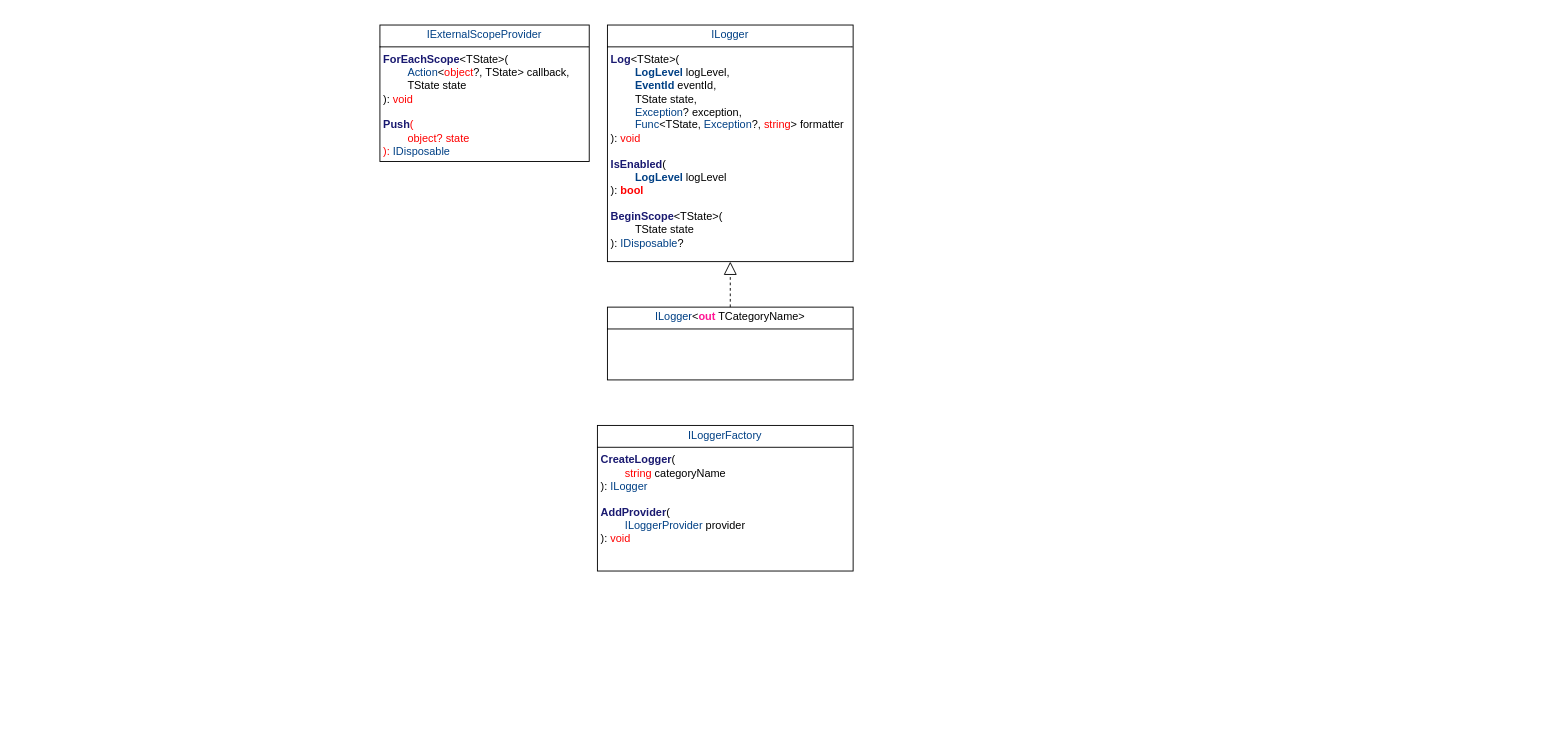
The draw.io diagram Logging/Logging.drawio in KondyubaBA/AspNetCore-doc, before the edit. Source tidied: cells renumbered, new cells numbered last; positions are measured from the earlier drawing's top-left corner, leaving out a move shared by most shapes. Both pictures are drawn from the tidied source at 91%, with x=0, y=0 at pixel (379, 25).
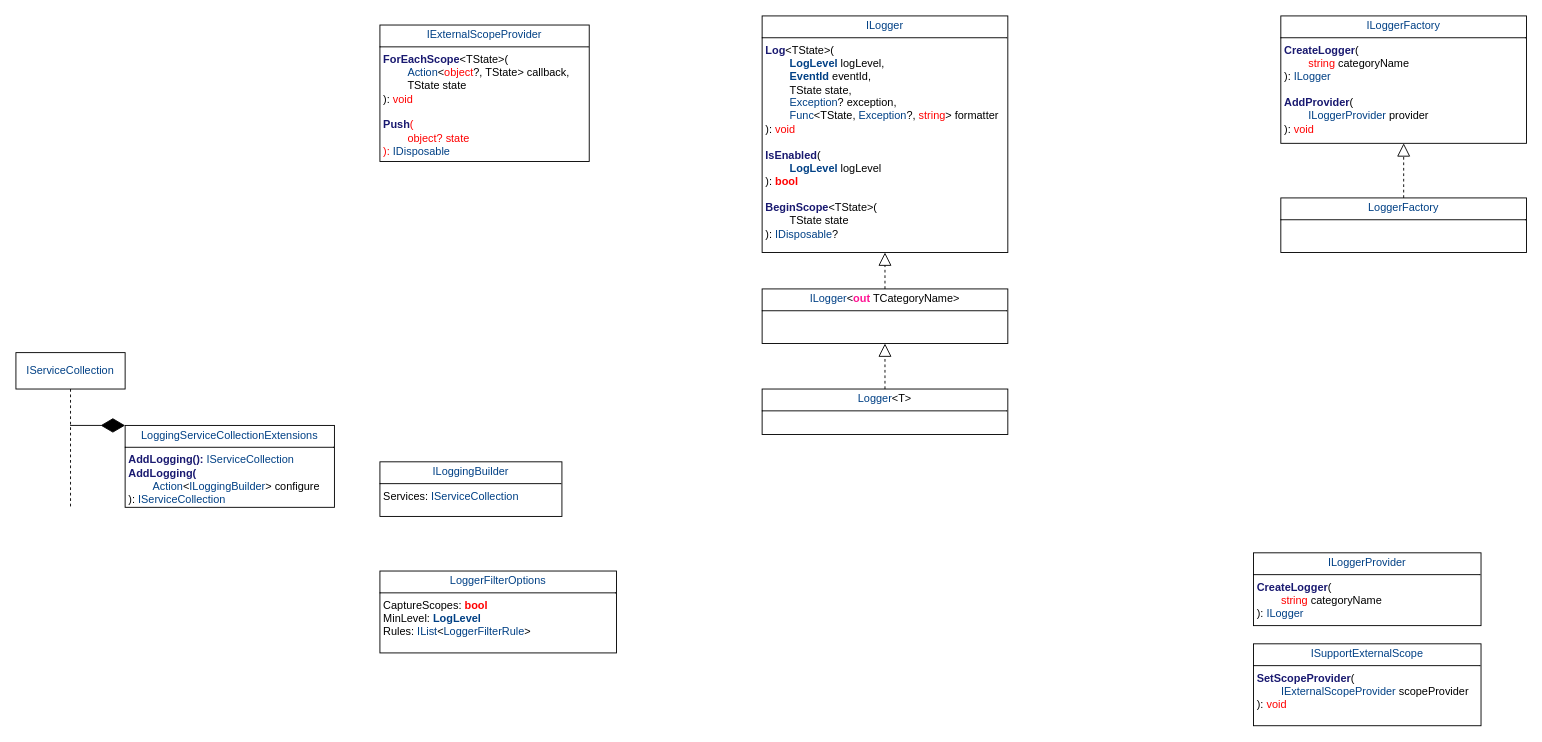
Above is the later version.

The edit, as a diff of the source:
```diff
@@
 <mxGraphModel>
   <root>
     <mxCell id="0" />
     <mxCell id="1" parent="0" />
     <mxCell id="2" value="&lt;p style=&quot;margin:0px;margin-top:4px;text-align:center;&quot;&gt;&lt;span style=&quot;color: rgb(0, 64, 133);&quot;&gt;IExternalScopeProvider&lt;/span&gt;&lt;/p&gt;&lt;hr size=&quot;1&quot; style=&quot;border-style:solid;&quot;&gt;&lt;p style=&quot;margin:0px;margin-left:4px;&quot;&gt;&lt;span style=&quot;color: rgb(25, 25, 112); font-weight: bold;&quot;&gt;ForEachScope&lt;/span&gt;&amp;lt;TState&amp;gt;(&lt;/p&gt;&lt;p style=&quot;margin:0px;margin-left:4px;&quot;&gt;&lt;span style=&quot;color: rgb(0, 64, 133);&quot;&gt;&lt;span style=&quot;white-space: pre;&quot;&gt;&#9;&lt;/span&gt;Action&lt;/span&gt;&amp;lt;&lt;span style=&quot;color: rgb(255, 0, 0);&quot;&gt;object&lt;/span&gt;?, TState&amp;gt; callback,&amp;nbsp;&lt;/p&gt;&lt;p style=&quot;margin:0px;margin-left:4px;&quot;&gt;&lt;span style=&quot;white-space: pre;&quot;&gt;&#9;&lt;/span&gt;TState state&lt;/p&gt;&lt;p style=&quot;margin:0px;margin-left:4px;&quot;&gt;):&amp;nbsp;&lt;span style=&quot;color: rgb(255, 0, 0); background-color: transparent;&quot;&gt;void&lt;/span&gt;&lt;/p&gt;&lt;p style=&quot;margin:0px;margin-left:4px;&quot;&gt;&lt;span style=&quot;color: rgb(255, 0, 0); background-color: transparent;&quot;&gt;&lt;br&gt;&lt;/span&gt;&lt;/p&gt;&lt;p style=&quot;margin:0px;margin-left:4px;&quot;&gt;&lt;span style=&quot;color: rgb(255, 0, 0); background-color: transparent;&quot;&gt;&lt;span style=&quot;color: rgb(25, 25, 112); font-weight: bold;&quot;&gt;Push&lt;/span&gt;(&lt;/span&gt;&lt;/p&gt;&lt;p style=&quot;margin:0px;margin-left:4px;&quot;&gt;&lt;span style=&quot;color: rgb(255, 0, 0); background-color: transparent;&quot;&gt;&lt;span style=&quot;white-space: pre;&quot;&gt;&#9;&lt;/span&gt;object? state&lt;/span&gt;&lt;/p&gt;&lt;p style=&quot;margin:0px;margin-left:4px;&quot;&gt;&lt;span style=&quot;color: rgb(255, 0, 0); background-color: transparent;&quot;&gt;):&amp;nbsp;&lt;/span&gt;&lt;span style=&quot;color: rgb(0, 64, 133); background-color: transparent;&quot;&gt;IDisposable&lt;/span&gt;&lt;/p&gt;" style="verticalAlign=top;align=left;overflow=fill;html=1;whiteSpace=wrap;" parent="1" vertex="1">
       <mxGeometry width="230" height="150" as="geometry" />
     </mxCell>
     <mxCell id="3" value="&lt;p style=&quot;margin:0px;margin-top:4px;text-align:center;&quot;&gt;&lt;span style=&quot;color: rgb(0, 64, 133); background-color: transparent; text-align: left;&quot;&gt;ILogger&lt;/span&gt;&lt;/p&gt;&lt;hr size=&quot;1&quot; style=&quot;border-style:solid;&quot;&gt;&lt;p style=&quot;margin:0px;margin-left:4px;&quot;&gt;&lt;span style=&quot;color: rgb(25, 25, 112); font-weight: bold;&quot;&gt;Log&lt;/span&gt;&amp;lt;TState&amp;gt;(&lt;/p&gt;&lt;p style=&quot;margin:0px;margin-left:4px;&quot;&gt;&lt;span style=&quot;color: rgb(0, 64, 133); font-weight: bold;&quot;&gt;&lt;span style=&quot;white-space: pre;&quot;&gt;&#9;&lt;/span&gt;LogLevel&lt;/span&gt; logLevel,&amp;nbsp;&lt;/p&gt;&lt;p style=&quot;margin:0px;margin-left:4px;&quot;&gt;&lt;span style=&quot;color: rgb(0, 64, 133); font-weight: bold;&quot;&gt;&lt;span style=&quot;white-space: pre;&quot;&gt;&#9;&lt;/span&gt;EventId&lt;/span&gt; eventId,&amp;nbsp;&lt;/p&gt;&lt;p style=&quot;margin:0px;margin-left:4px;&quot;&gt;&lt;span style=&quot;white-space: pre;&quot;&gt;&#9;&lt;/span&gt;TState state,&amp;nbsp;&lt;/p&gt;&lt;p style=&quot;margin:0px;margin-left:4px;&quot;&gt;&lt;span style=&quot;color: rgb(0, 64, 133);&quot;&gt;&lt;span style=&quot;white-space: pre;&quot;&gt;&#9;&lt;/span&gt;Exception&lt;/span&gt;? exception,&amp;nbsp;&lt;/p&gt;&lt;p style=&quot;margin:0px;margin-left:4px;&quot;&gt;&lt;span style=&quot;color: rgb(0, 64, 133);&quot;&gt;&lt;span style=&quot;white-space: pre;&quot;&gt;&#9;&lt;/span&gt;Func&lt;/span&gt;&amp;lt;TState, &lt;span style=&quot;color: rgb(0, 64, 133);&quot;&gt;Exception&lt;/span&gt;?, &lt;span style=&quot;color: rgb(255, 0, 0);&quot;&gt;string&lt;/span&gt;&amp;gt; formatter&lt;/p&gt;&lt;p style=&quot;margin:0px;margin-left:4px;&quot;&gt;):&amp;nbsp;&lt;span style=&quot;color: rgb(255, 0, 0); background-color: transparent;&quot;&gt;void&lt;/span&gt;&lt;/p&gt;&lt;p style=&quot;margin:0px;margin-left:4px;&quot;&gt;&lt;span style=&quot;color: rgb(255, 0, 0); background-color: transparent;&quot;&gt;&lt;br&gt;&lt;/span&gt;&lt;/p&gt;&lt;p style=&quot;margin:0px;margin-left:4px;&quot;&gt;&lt;span style=&quot;color: rgb(25, 25, 112); font-weight: bold;&quot;&gt;IsEnabled&lt;/span&gt;(&lt;/p&gt;&lt;p style=&quot;margin:0px;margin-left:4px;&quot;&gt;&lt;span style=&quot;color: rgb(0, 64, 133); font-weight: bold;&quot;&gt;&lt;span style=&quot;white-space: pre;&quot;&gt;&#9;&lt;/span&gt;LogLevel&lt;/span&gt; logLevel&lt;/p&gt;&lt;p style=&quot;margin:0px;margin-left:4px;&quot;&gt;):&amp;nbsp;&lt;span style=&quot;color: rgb(255, 0, 0); background-color: transparent;&quot;&gt;&lt;/span&gt;&lt;span style=&quot;color: rgb(255, 0, 0); font-weight: bold; background-color: transparent;&quot;&gt;bool&lt;/span&gt;&lt;/p&gt;&lt;p style=&quot;margin:0px;margin-left:4px;&quot;&gt;&lt;span style=&quot;color: rgb(255, 0, 0); font-weight: bold; background-color: transparent;&quot;&gt;&lt;br&gt;&lt;/span&gt;&lt;/p&gt;&lt;p style=&quot;margin:0px;margin-left:4px;&quot;&gt;&lt;span style=&quot;color: rgb(25, 25, 112); font-weight: bold;&quot;&gt;BeginScope&lt;/span&gt;&amp;lt;TState&amp;gt;(&lt;/p&gt;&lt;p style=&quot;margin:0px;margin-left:4px;&quot;&gt;&lt;span style=&quot;white-space: pre;&quot;&gt;&#9;&lt;/span&gt;TState state&lt;/p&gt;&lt;p style=&quot;margin:0px;margin-left:4px;&quot;&gt;):&amp;nbsp;&lt;span style=&quot;color: rgb(255, 0, 0); font-weight: bold; background-color: transparent;&quot;&gt;&lt;/span&gt;&lt;span style=&quot;background-color: transparent; color: rgb(0, 64, 133);&quot;&gt;IDisposable&lt;/span&gt;&lt;span style=&quot;background-color: transparent; color: light-dark(rgb(0, 0, 0), rgb(255, 255, 255));&quot;&gt;?&lt;/span&gt;&lt;/p&gt;" style="verticalAlign=top;align=left;overflow=fill;html=1;whiteSpace=wrap;" parent="1" vertex="1">
-      <mxGeometry x="250" width="270" height="260" as="geometry" />
+      <mxGeometry x="420" y="-10" width="270" height="260" as="geometry" />
     </mxCell>
     <mxCell id="4" value="&lt;p style=&quot;margin:0px;margin-top:4px;text-align:center;&quot;&gt;&lt;span style=&quot;background-color: transparent; text-align: left; color: rgb(0, 64, 133);&quot;&gt;ILogger&lt;/span&gt;&lt;span style=&quot;background-color: transparent; color: light-dark(rgb(0, 0, 0), rgb(255, 255, 255)); text-align: left;&quot;&gt;&amp;lt;&lt;/span&gt;&lt;span style=&quot;background-color: transparent; text-align: left; color: rgb(255, 20, 147); font-weight: bold;&quot;&gt;out&lt;/span&gt;&lt;span style=&quot;background-color: transparent; color: light-dark(rgb(0, 0, 0), rgb(255, 255, 255)); text-align: left;&quot;&gt; TCategoryName&amp;gt;&lt;/span&gt;&lt;/p&gt;&lt;hr size=&quot;1&quot; style=&quot;border-style:solid;&quot;&gt;&lt;p style=&quot;margin:0px;margin-left:4px;&quot;&gt;&lt;br&gt;&lt;/p&gt;" style="verticalAlign=top;align=left;overflow=fill;html=1;whiteSpace=wrap;" parent="1" vertex="1">
-      <mxGeometry x="250" y="310" width="270" height="80" as="geometry" />
+      <mxGeometry x="420" y="290" width="270" height="60" as="geometry" />
     </mxCell>
+    <mxCell id="6" value="&lt;p style=&quot;margin:0px;margin-top:4px;text-align:center;&quot;&gt;&lt;span style=&quot;color: rgb(0, 64, 133); background-color: transparent; text-align: left;&quot;&gt;ILoggerFactory&lt;/span&gt;&lt;/p&gt;&lt;hr size=&quot;1&quot; style=&quot;border-style:solid;&quot;&gt;&lt;p style=&quot;margin:0px;margin-left:4px;&quot;&gt;&lt;span style=&quot;color: rgb(25, 25, 112); font-weight: bold;&quot;&gt;CreateLogger&lt;/span&gt;(&lt;/p&gt;&lt;p style=&quot;margin:0px;margin-left:4px;&quot;&gt;&lt;span style=&quot;color: rgb(255, 0, 0);&quot;&gt;&lt;span style=&quot;white-space: pre;&quot;&gt;&#9;&lt;/span&gt;string&lt;/span&gt; categoryName&lt;/p&gt;&lt;p style=&quot;margin:0px;margin-left:4px;&quot;&gt;):&amp;nbsp;&lt;span style=&quot;color: rgb(0, 64, 133); background-color: transparent;&quot;&gt;ILogger&lt;/span&gt;&lt;/p&gt;&lt;p style=&quot;margin:0px;margin-left:4px;&quot;&gt;&lt;span style=&quot;color: rgb(0, 64, 133); background-color: transparent;&quot;&gt;&lt;br&gt;&lt;/span&gt;&lt;/p&gt;&lt;p style=&quot;margin:0px;margin-left:4px;&quot;&gt;&lt;span style=&quot;color: rgb(25, 25, 112); font-weight: bold;&quot;&gt;AddProvider&lt;/span&gt;(&lt;/p&gt;&lt;p style=&quot;margin:0px;margin-left:4px;&quot;&gt;&lt;span style=&quot;color: rgb(0, 64, 133);&quot;&gt;&lt;span style=&quot;white-space: pre;&quot;&gt;&#9;&lt;/span&gt;ILoggerProvider&lt;/span&gt; provider&lt;/p&gt;&lt;p style=&quot;margin:0px;margin-left:4px;&quot;&gt;):&amp;nbsp;&lt;span style=&quot;color: rgb(0, 64, 133); background-color: transparent;&quot;&gt;&lt;/span&gt;&lt;span style=&quot;color: rgb(255, 0, 0); background-color: transparent;&quot;&gt;void&lt;/span&gt;&lt;/p&gt;" style="verticalAlign=top;align=left;overflow=fill;html=1;whiteSpace=wrap;" parent="1" vertex="1">
+      <mxGeometry x="990" y="-10" width="270" height="140" as="geometry" />
+    </mxCell>
+    <mxCell id="7" value="&lt;p style=&quot;margin:0px;margin-top:4px;text-align:center;&quot;&gt;&lt;span style=&quot;color: rgb(0, 64, 133); background-color: transparent; text-align: left;&quot;&gt;ILoggerProvider&lt;/span&gt;&lt;/p&gt;&lt;hr size=&quot;1&quot; style=&quot;border-style:solid;&quot;&gt;&lt;p style=&quot;margin:0px;margin-left:4px;&quot;&gt;&lt;span style=&quot;color: rgb(25, 25, 112); font-weight: bold;&quot;&gt;CreateLogger&lt;/span&gt;(&lt;/p&gt;&lt;p style=&quot;margin:0px;margin-left:4px;&quot;&gt;&lt;span style=&quot;color: rgb(255, 0, 0);&quot;&gt;&lt;span style=&quot;white-space: pre;&quot;&gt;&#9;&lt;/span&gt;string&lt;/span&gt; categoryName&lt;/p&gt;&lt;p style=&quot;margin:0px;margin-left:4px;&quot;&gt;):&amp;nbsp;&lt;span style=&quot;color: rgb(0, 64, 133); background-color: transparent;&quot;&gt;ILogger&lt;/span&gt;&lt;/p&gt;" style="verticalAlign=top;align=left;overflow=fill;html=1;whiteSpace=wrap;" parent="1" vertex="1">
+      <mxGeometry x="960" y="580" width="250" height="80" as="geometry" />
+    </mxCell>
+    <mxCell id="8" value="&lt;p style=&quot;margin:0px;margin-top:4px;text-align:center;&quot;&gt;&lt;span style=&quot;color: rgb(0, 64, 133); background-color: transparent; text-align: left;&quot;&gt;ILoggingBuilder&lt;/span&gt;&lt;/p&gt;&lt;hr size=&quot;1&quot; style=&quot;border-style:solid;&quot;&gt;&lt;p style=&quot;margin:0px;margin-left:4px;&quot;&gt;Services:&amp;nbsp;&lt;span style=&quot;color: rgb(0, 64, 133); background-color: transparent;&quot;&gt;IServiceCollection&lt;/span&gt;&lt;/p&gt;" style="verticalAlign=top;align=left;overflow=fill;html=1;whiteSpace=wrap;" parent="1" vertex="1">
+      <mxGeometry y="480" width="200" height="60" as="geometry" />
+    </mxCell>
+    <mxCell id="9" value="&lt;p style=&quot;margin:0px;margin-top:4px;text-align:center;&quot;&gt;&lt;span style=&quot;color: rgb(0, 64, 133); background-color: transparent; text-align: left;&quot;&gt;ISupportExternalScope&lt;/span&gt;&lt;/p&gt;&lt;hr size=&quot;1&quot; style=&quot;border-style:solid;&quot;&gt;&lt;p style=&quot;margin:0px;margin-left:4px;&quot;&gt;&lt;span style=&quot;color: rgb(25, 25, 112); font-weight: bold;&quot;&gt;SetScopeProvider&lt;/span&gt;(&lt;/p&gt;&lt;p style=&quot;margin:0px;margin-left:4px;&quot;&gt;&lt;span style=&quot;color: rgb(0, 64, 133);&quot;&gt;&lt;span style=&quot;white-space: pre;&quot;&gt;&#9;&lt;/span&gt;IExternalScopeProvider&lt;/span&gt; scopeProvider&lt;/p&gt;&lt;p style=&quot;margin:0px;margin-left:4px;&quot;&gt;):&amp;nbsp;&lt;span style=&quot;color: rgb(255, 0, 0); background-color: transparent;&quot;&gt;void&lt;/span&gt;&lt;/p&gt;" style="verticalAlign=top;align=left;overflow=fill;html=1;whiteSpace=wrap;" parent="1" vertex="1">
+      <mxGeometry x="960" y="680" width="250" height="90" as="geometry" />
+    </mxCell>
+    <mxCell id="10" value="&lt;span style=&quot;color: rgb(0, 64, 133);&quot;&gt;IServiceCollection&lt;/span&gt;" style="shape=umlLifeline;perimeter=lifelinePerimeter;whiteSpace=wrap;html=1;outlineConnect=0;portConstraint=eastwest;newEdgeStyle={&quot;curved&quot;:0,&quot;rounded&quot;:0};" parent="1" vertex="1">
+      <mxGeometry x="-400" y="360" width="120" height="170" as="geometry" />
+    </mxCell>
+    <mxCell id="11" value="&lt;p style=&quot;margin:0px;margin-top:4px;text-align:center;&quot;&gt;&lt;span style=&quot;color: rgb(0, 64, 133); background-color: transparent; text-align: left;&quot;&gt;LoggingServiceCollectionExtensions&lt;/span&gt;&lt;/p&gt;&lt;hr size=&quot;1&quot; style=&quot;border-style:solid;&quot;&gt;&lt;p style=&quot;margin:0px;margin-left:4px;&quot;&gt;&lt;span style=&quot;color: rgb(25, 25, 112); font-weight: bold;&quot;&gt;AddLogging():&amp;nbsp;&lt;/span&gt;&lt;span style=&quot;color: rgb(0, 64, 133); background-color: transparent;&quot;&gt;IServiceCollection&lt;/span&gt;&lt;/p&gt;&lt;p style=&quot;margin:0px;margin-left:4px;&quot;&gt;&lt;span style=&quot;color: rgb(0, 64, 133); background-color: transparent;&quot;&gt;&lt;span style=&quot;color: rgb(25, 25, 112); font-weight: bold;&quot;&gt;AddLogging(&lt;/span&gt;&lt;/span&gt;&lt;/p&gt;&lt;p style=&quot;margin:0px;margin-left:4px;&quot;&gt;&lt;span style=&quot;background-color: transparent; color: rgb(0, 64, 133);&quot;&gt;&lt;span style=&quot;white-space: pre;&quot;&gt;&#9;&lt;/span&gt;Action&lt;/span&gt;&lt;span style=&quot;background-color: transparent; color: light-dark(rgb(0, 0, 0), rgb(255, 255, 255));&quot;&gt;&amp;lt;&lt;/span&gt;&lt;span style=&quot;background-color: transparent; color: rgb(0, 64, 133);&quot;&gt;ILoggingBuilder&lt;/span&gt;&lt;span style=&quot;background-color: transparent; color: light-dark(rgb(0, 0, 0), rgb(255, 255, 255));&quot;&gt;&amp;gt; &lt;/span&gt;&lt;span style=&quot;background-color: transparent; color: light-dark(rgb(0, 0, 0), rgb(255, 255, 255));&quot;&gt;configure&lt;/span&gt;&lt;/p&gt;&lt;p style=&quot;margin:0px;margin-left:4px;&quot;&gt;&lt;span style=&quot;background-color: transparent; color: light-dark(rgb(0, 0, 0), rgb(255, 255, 255));&quot;&gt;):&amp;nbsp;&lt;/span&gt;&lt;span style=&quot;color: rgb(0, 64, 133); background-color: transparent;&quot;&gt;IServiceCollection&lt;/span&gt;&lt;/p&gt;" style="verticalAlign=top;align=left;overflow=fill;html=1;whiteSpace=wrap;" parent="1" vertex="1">
+      <mxGeometry x="-280" y="440" width="230" height="90" as="geometry" />
+    </mxCell>
+    <mxCell id="12" style="endArrow=diamondThin;endFill=1;endSize=24;html=1;rounded=0;entryX=0;entryY=0;entryDx=0;entryDy=0;" parent="1" edge="1" source="10" target="11">
+      <mxGeometry relative="1" as="geometry" />
+    </mxCell>
+    <mxCell id="13" value="&lt;p style=&quot;margin:0px;margin-top:4px;text-align:center;&quot;&gt;&lt;span style=&quot;color: rgb(0, 64, 133);&quot;&gt;LoggerFactory&lt;/span&gt;&lt;/p&gt;&lt;hr size=&quot;1&quot; style=&quot;border-style:solid;&quot;&gt;&lt;p style=&quot;margin:0px;margin-left:4px;&quot;&gt;&lt;br&gt;&lt;/p&gt;" style="verticalAlign=top;align=left;overflow=fill;html=1;whiteSpace=wrap;" parent="1" vertex="1">
+      <mxGeometry x="990" y="190" width="270" height="60" as="geometry" />
+    </mxCell>
+    <mxCell id="14" style="endArrow=block;dashed=1;endFill=0;endSize=12;html=1;rounded=0;entryX=0.5;entryY=1;entryDx=0;entryDy=0;exitX=0.5;exitY=0;exitDx=0;exitDy=0;" parent="1" edge="1" source="13" target="6">
+      <mxGeometry relative="1" as="geometry" />
+    </mxCell>
+    <mxCell id="15" value="&lt;p style=&quot;margin:0px;margin-top:4px;text-align:center;&quot;&gt;&lt;span style=&quot;background-color: transparent; text-align: left; color: rgb(0, 64, 133);&quot;&gt;Logger&lt;/span&gt;&lt;span style=&quot;background-color: transparent; color: light-dark(rgb(0, 0, 0), rgb(255, 255, 255)); text-align: left;&quot;&gt;&amp;lt;T&amp;gt;&lt;/span&gt;&lt;/p&gt;&lt;hr size=&quot;1&quot; style=&quot;border-style:solid;&quot;&gt;&lt;p style=&quot;margin:0px;margin-left:4px;&quot;&gt;&lt;br&gt;&lt;/p&gt;" style="verticalAlign=top;align=left;overflow=fill;html=1;whiteSpace=wrap;" parent="1" vertex="1">
+      <mxGeometry x="420" y="400" width="270" height="50" as="geometry" />
+    </mxCell>
+    <mxCell id="16" style="endArrow=block;dashed=1;endFill=0;endSize=12;html=1;rounded=0;entryX=0.5;entryY=1;entryDx=0;entryDy=0;exitX=0.5;exitY=0;exitDx=0;exitDy=0;" parent="1" edge="1" source="15" target="4">
+      <mxGeometry relative="1" as="geometry" />
+    </mxCell>
     <mxCell id="5" style="endArrow=block;dashed=1;endFill=0;endSize=12;html=1;rounded=0;entryX=0.5;entryY=1;entryDx=0;entryDy=0;exitX=0.5;exitY=0;exitDx=0;exitDy=0;" parent="1" edge="1" source="4" target="3">
       <mxGeometry relative="1" as="geometry" />
     </mxCell>
-    <mxCell id="6" value="&lt;p style=&quot;margin:0px;margin-top:4px;text-align:center;&quot;&gt;&lt;span style=&quot;color: rgb(0, 64, 133); background-color: transparent; text-align: left;&quot;&gt;ILoggerFactory&lt;/span&gt;&lt;/p&gt;&lt;hr size=&quot;1&quot; style=&quot;border-style:solid;&quot;&gt;&lt;p style=&quot;margin:0px;margin-left:4px;&quot;&gt;&lt;span style=&quot;color: rgb(25, 25, 112); font-weight: bold;&quot;&gt;CreateLogger&lt;/span&gt;(&lt;/p&gt;&lt;p style=&quot;margin:0px;margin-left:4px;&quot;&gt;&lt;span style=&quot;color: rgb(255, 0, 0);&quot;&gt;&lt;span style=&quot;white-space: pre;&quot;&gt;&#9;&lt;/span&gt;string&lt;/span&gt; categoryName&lt;/p&gt;&lt;p style=&quot;margin:0px;margin-left:4px;&quot;&gt;):&amp;nbsp;&lt;span style=&quot;color: rgb(0, 64, 133); background-color: transparent;&quot;&gt;ILogger&lt;/span&gt;&lt;/p&gt;&lt;p style=&quot;margin:0px;margin-left:4px;&quot;&gt;&lt;span style=&quot;color: rgb(0, 64, 133); background-color: transparent;&quot;&gt;&lt;br&gt;&lt;/span&gt;&lt;/p&gt;&lt;p style=&quot;margin:0px;margin-left:4px;&quot;&gt;&lt;span style=&quot;color: rgb(25, 25, 112); font-weight: bold;&quot;&gt;AddProvider&lt;/span&gt;(&lt;/p&gt;&lt;p style=&quot;margin:0px;margin-left:4px;&quot;&gt;&lt;span style=&quot;color: rgb(0, 64, 133);&quot;&gt;&lt;span style=&quot;white-space: pre;&quot;&gt;&#9;&lt;/span&gt;ILoggerProvider&lt;/span&gt; provider&lt;/p&gt;&lt;p style=&quot;margin:0px;margin-left:4px;&quot;&gt;):&amp;nbsp;&lt;span style=&quot;color: rgb(0, 64, 133); background-color: transparent;&quot;&gt;&lt;/span&gt;&lt;span style=&quot;color: rgb(255, 0, 0); background-color: transparent;&quot;&gt;void&lt;/span&gt;&lt;/p&gt;" style="verticalAlign=top;align=left;overflow=fill;html=1;whiteSpace=wrap;" parent="1" vertex="1">
-      <mxGeometry x="239" y="440" width="281" height="160" as="geometry" />
-    </mxCell>
+    <mxCell id="17" value="&lt;p style=&quot;margin:0px;margin-top:4px;text-align:center;&quot;&gt;&lt;span style=&quot;color: rgb(0, 64, 133);&quot;&gt;LoggerFilterOptions&lt;/span&gt;&lt;/p&gt;&lt;hr size=&quot;1&quot; style=&quot;border-style:solid;&quot;&gt;&lt;p style=&quot;margin:0px;margin-left:4px;&quot;&gt;CaptureScopes:&amp;nbsp;&lt;span style=&quot;color: rgb(255, 0, 0); font-weight: bold; background-color: transparent;&quot;&gt;bool&lt;/span&gt;&lt;/p&gt;&lt;p style=&quot;margin:0px;margin-left:4px;&quot;&gt;MinLevel:&amp;nbsp;&lt;span style=&quot;color: rgb(255, 0, 0); font-weight: bold; background-color: transparent;&quot;&gt;&lt;/span&gt;&lt;span style=&quot;color: rgb(0, 64, 133); font-weight: bold; background-color: transparent;&quot;&gt;LogLevel&lt;/span&gt;&lt;/p&gt;&lt;p style=&quot;margin:0px;margin-left:4px;&quot;&gt;Rules:&amp;nbsp;&lt;span style=&quot;color: rgb(0, 64, 133); font-weight: bold; background-color: transparent;&quot;&gt;&lt;/span&gt;&lt;span style=&quot;background-color: transparent; color: rgb(0, 64, 133);&quot;&gt;IList&lt;/span&gt;&lt;span style=&quot;background-color: transparent; color: light-dark(rgb(0, 0, 0), rgb(255, 255, 255));&quot;&gt;&amp;lt;&lt;/span&gt;&lt;span style=&quot;background-color: transparent; color: rgb(0, 64, 133);&quot;&gt;LoggerFilterRule&lt;/span&gt;&lt;span style=&quot;background-color: transparent; color: light-dark(rgb(0, 0, 0), rgb(255, 255, 255));&quot;&gt;&amp;gt;&lt;/span&gt;&lt;/p&gt;" style="verticalAlign=top;align=left;overflow=fill;html=1;whiteSpace=wrap;" parent="1" vertex="1">
+      <mxGeometry y="600" width="260" height="90" as="geometry" />
+    </mxCell>
   </root>
 </mxGraphModel>
```
